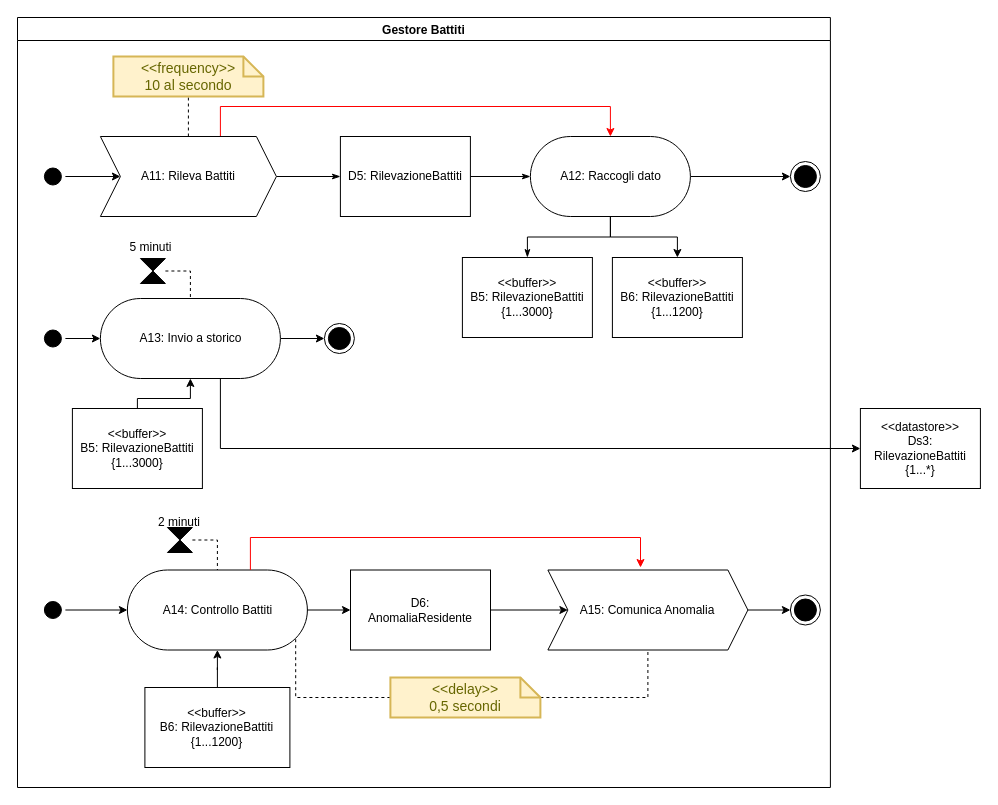
Wonderjack996/unimib-software-architecture keeps this draw.io diagram as page "Gestore Battiti" (4 of 6) of Progetto/Diagrammi_Attivita/DiagrammiAttivita.drawio. Above is the earlier version. Source tidied: cells renumbered, new cells numbered last; positions are measured from the earlier drawing's top-left corner, leaving out a move shared by most shapes. Both pictures are drawn from the tidied source at 100%, with x=0, y=0 at pixel (17, 17).
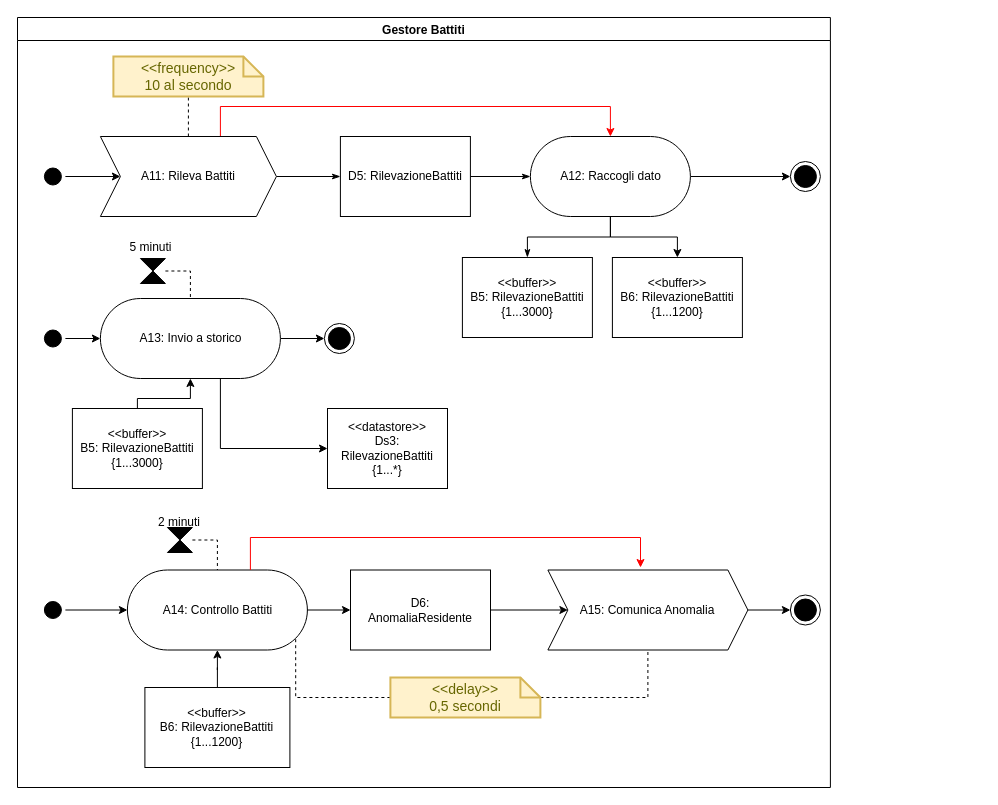
The same page after the edit.

The change refers to these unchanged cells:
```xml
<mxCell id="17" value="Gestore Battiti" style="swimlane;" parent="1" vertex="1">
  <mxGeometry width="812.9" height="770" as="geometry" />
</mxCell>
<mxCell id="20" value="&lt;div&gt;A13: Invio a storico&lt;/div&gt;" style="html=1;dashed=0;whitespace=wrap;shape=mxgraph.dfd.start;" parent="17" vertex="1">
  <mxGeometry x="82.9" y="281" width="180" height="80" as="geometry" />
</mxCell>
```

What changed in the source:
```diff
@@
-    <mxCell id="47" value="&lt;div&gt;&amp;lt;&amp;lt;datastore&amp;gt;&amp;gt;&lt;/div&gt;&lt;div&gt;Ds3:&lt;/div&gt;&lt;div&gt;RilevazioneBattiti&lt;/div&gt;&lt;div&gt;{1...*}&lt;br&gt;&lt;/div&gt;" style="rounded=0;whiteSpace=wrap;html=1;" parent="1" vertex="1">
-      <mxGeometry x="842.9" y="391" width="120" height="80" as="geometry" />
+    <mxCell id="47" value="&lt;div&gt;&amp;lt;&amp;lt;datastore&amp;gt;&amp;gt;&lt;/div&gt;&lt;div&gt;Ds3:&lt;/div&gt;&lt;div&gt;RilevazioneBattiti&lt;/div&gt;&lt;div&gt;{1...*}&lt;br&gt;&lt;/div&gt;" style="rounded=0;whiteSpace=wrap;html=1;" parent="17" vertex="1">
+      <mxGeometry x="310" y="391" width="120" height="80" as="geometry" />
     </mxCell>
-    <mxCell id="48" style="edgeStyle=orthogonalEdgeStyle;rounded=0;jettySize=auto;html=1;entryX=0;entryY=0.5;entryDx=0;entryDy=0;strokeColor=#000000;endArrow=classic;endFill=1;" parent="1" edge="1" source="20" target="47">
+    <mxCell id="48" style="edgeStyle=orthogonalEdgeStyle;rounded=0;jettySize=auto;html=1;entryX=0;entryY=0.5;entryDx=0;entryDy=0;strokeColor=#000000;endArrow=classic;endFill=1;" parent="17" edge="1" source="20" target="47">
       <mxGeometry relative="1" as="geometry">
         <Array as="points">
           <mxPoint x="202.9" y="431" />
         </Array>
       </mxGeometry>
     </mxCell>
```
